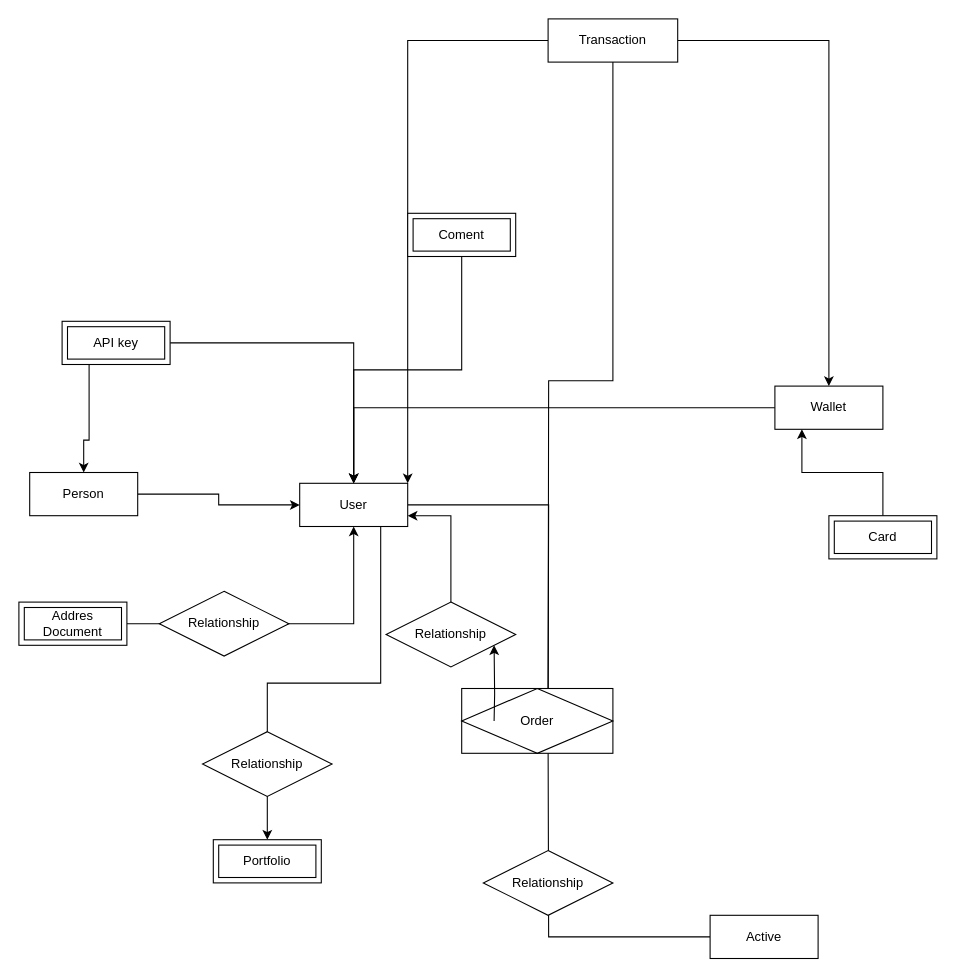
Earlier version of the draw.io diagram Untitled Diagram.drawio (ThEMueA/dataModeling). Source tidied: cells renumbered, new cells numbered last; positions are measured from the earlier drawing's top-left corner, leaving out a move shared by most shapes. Both pictures are drawn from the tidied source at 108%, with x=0, y=0 at pixel (18, 18).
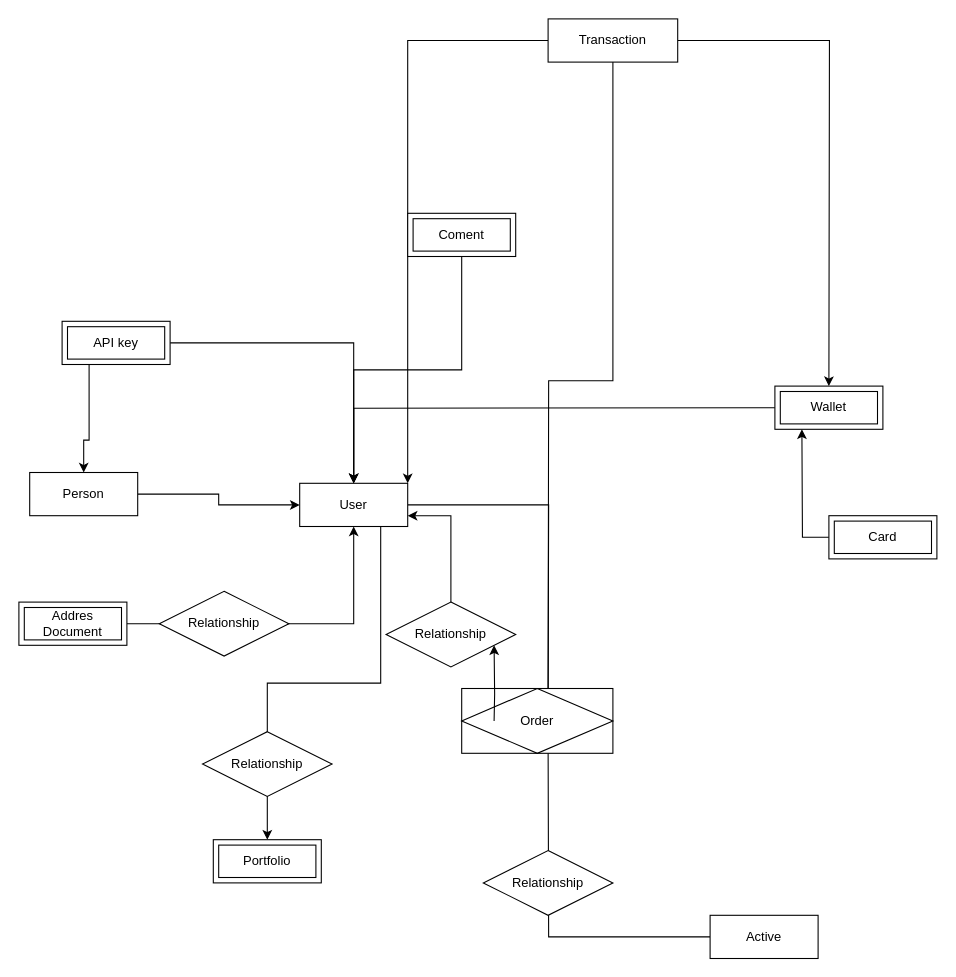
The same diagram, later.

Unchanged cells that the change refers to:
```xml
<mxCell id="4" value="User" style="whiteSpace=wrap;html=1;align=center;" parent="1" vertex="1">
  <mxGeometry x="260" y="430" width="100" height="40" as="geometry" />
</mxCell>
<mxCell id="11" value="Transaction" style="whiteSpace=wrap;html=1;align=center;" parent="1" vertex="1">
  <mxGeometry x="490" width="120" height="40" as="geometry" />
</mxCell>
<mxCell id="22" value="Card" style="shape=ext;margin=3;double=1;whiteSpace=wrap;html=1;align=center;" parent="1" vertex="1">
  <mxGeometry x="750" y="460" width="100" height="40" as="geometry" />
</mxCell>
```

The edit, as a diff of the source:
```diff
@@
-    <mxCell id="8" style="edgeStyle=orthogonalEdgeStyle;rounded=0;jettySize=auto;html=1;" parent="1" edge="1" source="11" target="24">
-      <mxGeometry relative="1" as="geometry" />
+    <mxCell id="8" style="edgeStyle=orthogonalEdgeStyle;rounded=0;jettySize=auto;html=1;" parent="1" edge="1" source="11">
+      <mxGeometry relative="1" as="geometry">
+        <mxPoint x="750" y="340" as="targetPoint" />
+      </mxGeometry>
     </mxCell>
@@
-    <mxCell id="21" style="edgeStyle=orthogonalEdgeStyle;rounded=0;jettySize=auto;html=1;entryX=0.25;entryY=1;entryDx=0;entryDy=0;" parent="1" edge="1" source="22" target="24">
-      <mxGeometry relative="1" as="geometry" />
+    <mxCell id="21" style="edgeStyle=orthogonalEdgeStyle;rounded=0;jettySize=auto;html=1;entryX=0.25;entryY=1;entryDx=0;entryDy=0;" parent="1" edge="1" source="22">
+      <mxGeometry relative="1" as="geometry">
+        <mxPoint x="725" y="380" as="targetPoint" />
+      </mxGeometry>
     </mxCell>
@@
-    <mxCell id="23" style="edgeStyle=orthogonalEdgeStyle;rounded=0;jettySize=auto;html=1;" parent="1" edge="1" source="24" target="4">
-      <mxGeometry relative="1" as="geometry" />
+    <mxCell id="23" style="edgeStyle=orthogonalEdgeStyle;rounded=0;jettySize=auto;html=1;" parent="1" edge="1" target="4">
+      <mxGeometry relative="1" as="geometry">
+        <mxPoint x="700" y="360" as="sourcePoint" />
+      </mxGeometry>
     </mxCell>
-    <mxCell id="24" value="Wallet" style="whiteSpace=wrap;html=1;align=center;" parent="1" vertex="1">
-      <mxGeometry x="700" y="340" width="100" height="40" as="geometry" />
-    </mxCell>
@@
+    <mxCell id="24" value="Wallet" style="shape=ext;margin=3;double=1;whiteSpace=wrap;html=1;align=center;" parent="1" vertex="1">
+      <mxGeometry x="700" y="340" width="100" height="40" as="geometry" />
+    </mxCell>
```
